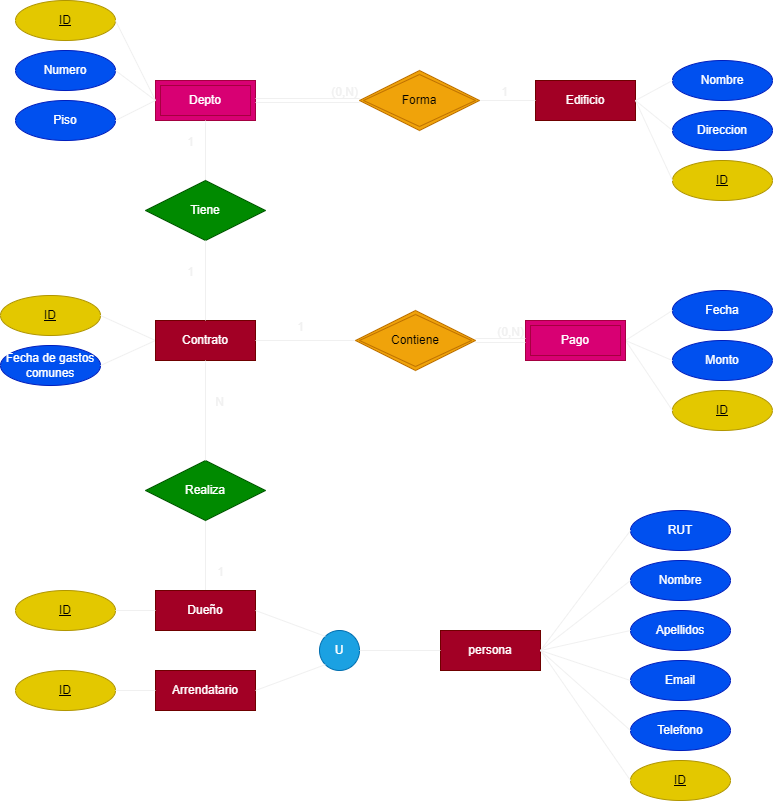
Above: Graphs/Modelo ER en PNG.png in MatiassOrellana/NewConsejeria (draw.io), before the change. Source tidied: cells renumbered, new cells last; positions are measured from the earlier drawing's top-left corner, leaving out a move shared by most shapes.
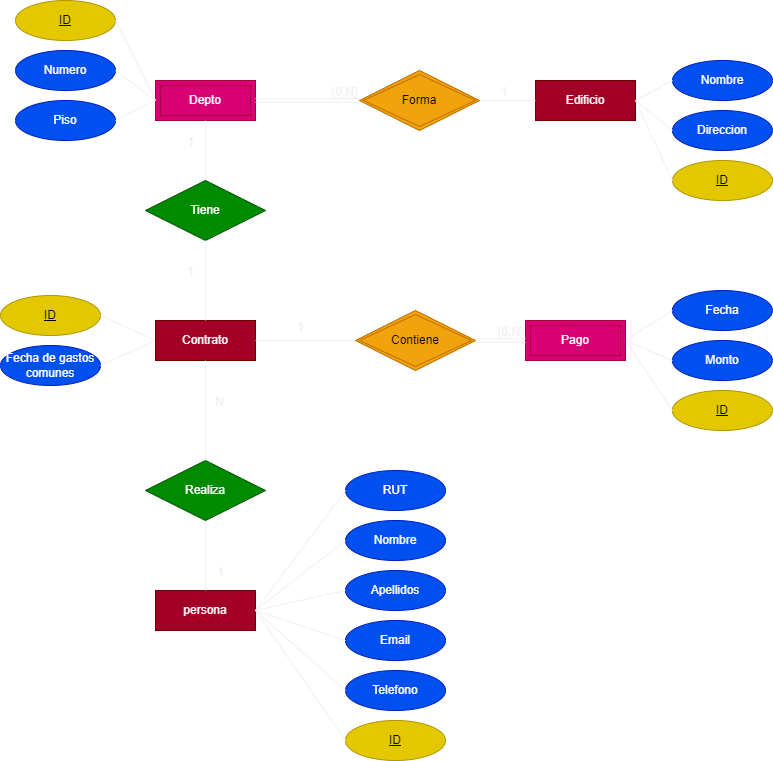
After the commit.

The edit, as a diff of the source:
```diff
@@ -6,7 +6,7 @@
       <mxGeometry x="535" y="80" width="100" height="40" as="geometry" />
     </mxCell>
     <mxCell id="3" value="persona" style="whiteSpace=wrap;html=1;align=center;fillColor=#a20025;fontColor=#ffffff;strokeColor=#6F0000;" parent="1" vertex="1">
-      <mxGeometry x="440" y="630" width="100" height="40" as="geometry" />
+      <mxGeometry x="155" y="590" width="100" height="40" as="geometry" />
     </mxCell>
     <mxCell id="4" value="Depto" style="shape=ext;margin=3;double=1;whiteSpace=wrap;html=1;align=center;fillColor=#d80073;fontColor=#ffffff;strokeColor=#A50040;" parent="1" vertex="1">
       <mxGeometry x="155" y="80" width="100" height="40" as="geometry" />
@@ -33,7 +33,7 @@
         <mxPoint x="-10" y="-30" as="offset" />
       </mxGeometry>
     </mxCell>
-    <mxCell id="11" style="endArrow=none;html=1;rounded=0;exitX=0.5;exitY=0;exitDx=0;exitDy=0;entryX=0.5;entryY=1;entryDx=0;entryDy=0;" parent="1" edge="1" source="47" target="59">
+    <mxCell id="11" style="endArrow=none;html=1;rounded=0;exitX=0.5;exitY=0;exitDx=0;exitDy=0;entryX=0.5;entryY=1;entryDx=0;entryDy=0;" parent="1" edge="1" source="3" target="59">
       <mxGeometry relative="1" as="geometry" />
     </mxCell>
     <mxCell id="12" value="1" style="html=1;whiteSpace=wrap;align=right;verticalAlign=bottom;" parent="11" vertex="1">
@@ -84,19 +84,19 @@
       <mxGeometry relative="1" as="geometry" />
     </mxCell>
     <mxCell id="27" value="RUT" style="ellipse;whiteSpace=wrap;html=1;align=center;fillColor=#0050ef;fontColor=#ffffff;strokeColor=#001DBC;" parent="1" vertex="1">
-      <mxGeometry x="630" y="510" width="100" height="40" as="geometry" />
+      <mxGeometry x="345" y="470" width="100" height="40" as="geometry" />
     </mxCell>
     <mxCell id="28" value="Nombre" style="ellipse;whiteSpace=wrap;html=1;align=center;fillColor=#0050ef;fontColor=#ffffff;strokeColor=#001DBC;" parent="1" vertex="1">
-      <mxGeometry x="630" y="560" width="100" height="40" as="geometry" />
+      <mxGeometry x="345" y="520" width="100" height="40" as="geometry" />
     </mxCell>
     <mxCell id="29" value="Apellidos" style="ellipse;whiteSpace=wrap;html=1;align=center;fillColor=#0050ef;fontColor=#ffffff;strokeColor=#001DBC;" parent="1" vertex="1">
-      <mxGeometry x="630" y="610" width="100" height="40" as="geometry" />
+      <mxGeometry x="345" y="570" width="100" height="40" as="geometry" />
     </mxCell>
     <mxCell id="30" value="Email" style="ellipse;whiteSpace=wrap;html=1;align=center;fillColor=#0050ef;fontColor=#ffffff;strokeColor=#001DBC;" parent="1" vertex="1">
-      <mxGeometry x="630" y="660" width="100" height="40" as="geometry" />
+      <mxGeometry x="345" y="620" width="100" height="40" as="geometry" />
     </mxCell>
     <mxCell id="31" value="Telefono" style="ellipse;whiteSpace=wrap;html=1;align=center;fillColor=#0050ef;fontColor=#ffffff;strokeColor=#001DBC;" parent="1" vertex="1">
-      <mxGeometry x="630" y="710" width="100" height="40" as="geometry" />
+      <mxGeometry x="345" y="670" width="100" height="40" as="geometry" />
     </mxCell>
     <mxCell id="32" style="endArrow=none;html=1;rounded=0;exitX=1;exitY=0.5;exitDx=0;exitDy=0;entryX=0;entryY=0.5;entryDx=0;entryDy=0;" parent="1" edge="1" source="3" target="27">
       <mxGeometry relative="1" as="geometry" />
@@ -126,7 +126,7 @@
       <mxGeometry relative="1" as="geometry" />
     </mxCell>
     <mxCell id="41" value="ID" style="ellipse;whiteSpace=wrap;html=1;align=center;fontStyle=4;fillColor=#e3c800;fontColor=#000000;strokeColor=#B09500;" parent="1" vertex="1">
-      <mxGeometry x="630" y="760" width="100" height="40" as="geometry" />
+      <mxGeometry x="345" y="720" width="100" height="40" as="geometry" />
     </mxCell>
     <mxCell id="42" style="endArrow=none;html=1;rounded=0;exitX=1;exitY=0.5;exitDx=0;exitDy=0;entryX=0;entryY=0.5;entryDx=0;entryDy=0;" parent="1" edge="1" source="3" target="41">
       <mxGeometry relative="1" as="geometry" />
@@ -143,36 +143,6 @@
     <mxCell id="46" style="endArrow=none;html=1;rounded=0;exitX=1;exitY=0.5;exitDx=0;exitDy=0;entryX=0;entryY=0.5;entryDx=0;entryDy=0;" parent="1" edge="1" source="2" target="45">
       <mxGeometry relative="1" as="geometry" />
     </mxCell>
-    <mxCell id="47" value="Dueño" style="whiteSpace=wrap;html=1;align=center;fillColor=#a20025;fontColor=#ffffff;strokeColor=#6F0000;" parent="1" vertex="1">
-      <mxGeometry x="155" y="590" width="100" height="40" as="geometry" />
-    </mxCell>
-    <mxCell id="48" value="ID" style="ellipse;whiteSpace=wrap;html=1;align=center;fontStyle=4;fillColor=#e3c800;fontColor=#000000;strokeColor=#B09500;" parent="1" vertex="1">
-      <mxGeometry x="15" y="590" width="100" height="40" as="geometry" />
-    </mxCell>
-    <mxCell id="49" style="endArrow=none;html=1;rounded=0;exitX=1;exitY=0.5;exitDx=0;exitDy=0;entryX=0;entryY=0.5;entryDx=0;entryDy=0;" parent="1" edge="1" source="48" target="47">
-      <mxGeometry relative="1" as="geometry" />
-    </mxCell>
-    <mxCell id="50" value="U" style="ellipse;whiteSpace=wrap;html=1;align=center;fillColor=#1ba1e2;fontColor=#ffffff;strokeColor=#006EAF;" parent="1" vertex="1">
-      <mxGeometry x="319" y="630" width="40" height="40" as="geometry" />
-    </mxCell>
-    <mxCell id="51" style="endArrow=none;html=1;rounded=0;exitX=1;exitY=0.5;exitDx=0;exitDy=0;entryX=0;entryY=0;entryDx=0;entryDy=0;" parent="1" edge="1" source="47" target="50">
-      <mxGeometry relative="1" as="geometry" />
-    </mxCell>
-    <mxCell id="52" style="endArrow=none;html=1;rounded=0;exitX=0;exitY=0.5;exitDx=0;exitDy=0;entryX=1;entryY=0.5;entryDx=0;entryDy=0;" parent="1" edge="1" source="3" target="50">
-      <mxGeometry relative="1" as="geometry" />
-    </mxCell>
-    <mxCell id="53" value="Arrendatario" style="whiteSpace=wrap;html=1;align=center;fillColor=#a20025;fontColor=#ffffff;strokeColor=#6F0000;" parent="1" vertex="1">
-      <mxGeometry x="155" y="670" width="100" height="40" as="geometry" />
-    </mxCell>
-    <mxCell id="54" style="endArrow=none;html=1;rounded=0;exitX=1;exitY=0.5;exitDx=0;exitDy=0;entryX=0;entryY=1;entryDx=0;entryDy=0;" parent="1" edge="1" source="53" target="50">
-      <mxGeometry relative="1" as="geometry" />
-    </mxCell>
-    <mxCell id="55" value="ID" style="ellipse;whiteSpace=wrap;html=1;align=center;fontStyle=4;fillColor=#e3c800;fontColor=#000000;strokeColor=#B09500;" parent="1" vertex="1">
-      <mxGeometry x="15" y="670" width="100" height="40" as="geometry" />
-    </mxCell>
-    <mxCell id="56" style="endArrow=none;html=1;rounded=0;exitX=0;exitY=0.5;exitDx=0;exitDy=0;entryX=1;entryY=0.5;entryDx=0;entryDy=0;" parent="1" edge="1" source="53" target="55">
-      <mxGeometry relative="1" as="geometry" />
-    </mxCell>
     <mxCell id="57" value="Contrato" style="whiteSpace=wrap;html=1;align=center;fillColor=#a20025;fontColor=#ffffff;strokeColor=#6F0000;" parent="1" vertex="1">
       <mxGeometry x="155" y="320" width="100" height="40" as="geometry" />
     </mxCell>
```
